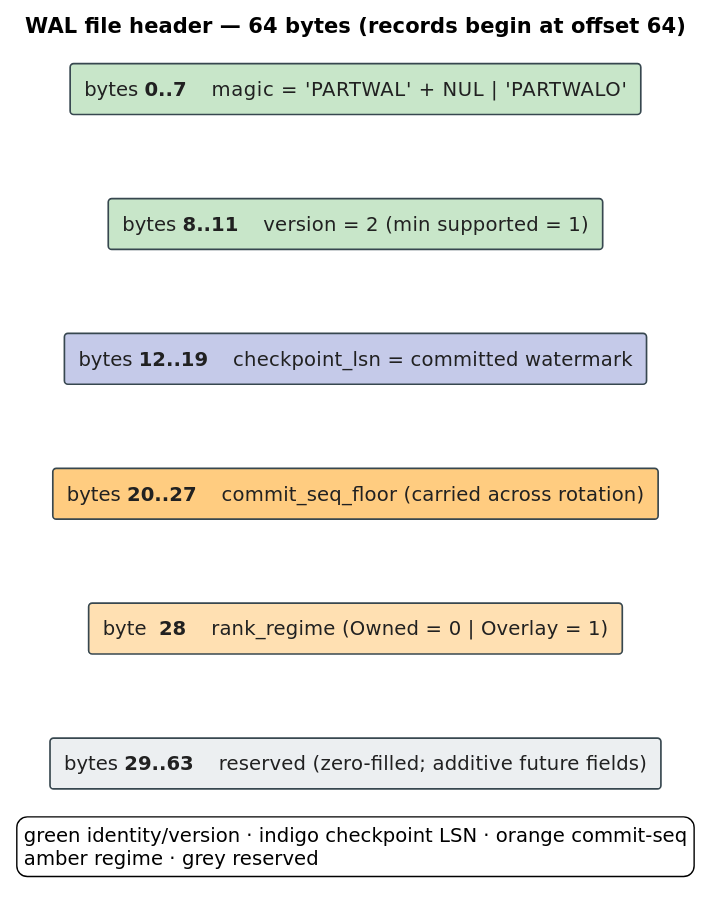
Before: docs/diagrams/wal-header.svg, a diagram exported from PlantUML (vinary-tree/libdictenstein). Its source is kept beside it as docs/diagrams/src/wal-header.puml.
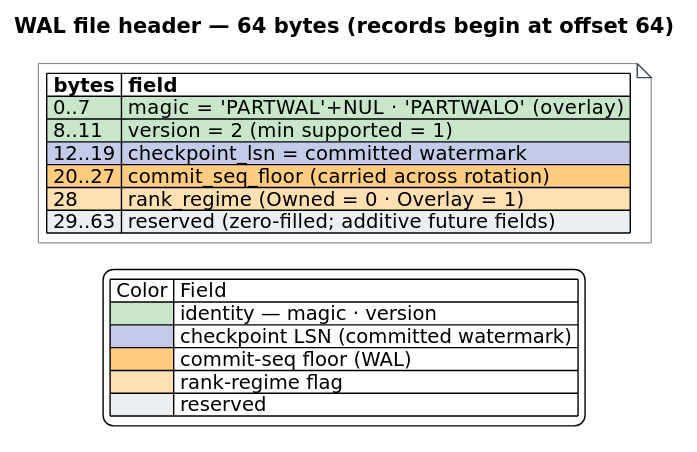
Later version of the same file.

Change to the diagram source:
```diff
@@ -3,30 +3,31 @@
 skinparam shadowing false
 skinparam backgroundColor #FFFFFF
 skinparam defaultFontName "DejaVu Sans"
-skinparam rectangle {
+skinparam TitleFontSize 15
+skinparam noteFontSize 14
+skinparam note {
+  BackgroundColor #FFFFFF
   BorderColor #37474F
-  FontColor #212121
-  BorderThickness 1.2
 }
-skinparam TitleFontSize 15
 
 title WAL file header — 64 bytes (records begin at offset 64)
 
-rectangle "bytes **0..7**    magic = 'PARTWAL' + NUL  |  'PARTWALO'" as R0 #C8E6C9
-rectangle "bytes **8..11**    version = 2  (min supported = 1)" as R1 #C8E6C9
-rectangle "bytes **12..19**    checkpoint_lsn  = committed watermark" as R2 #C5CAE9
-rectangle "bytes **20..27**    commit_seq_floor  (carried across rotation)" as R3 #FFCC80
-rectangle "byte  **28**    rank_regime  (Owned = 0 | Overlay = 1)" as R4 #FFE0B2
-rectangle "bytes **29..63**    reserved  (zero-filled; additive future fields)" as R5 #ECEFF1
-
-R0 -[hidden]down- R1
-R1 -[hidden]down- R2
-R2 -[hidden]down- R3
-R3 -[hidden]down- R4
-R4 -[hidden]down- R5
+note as WH
+|= bytes |= field |
+|<#C8E6C9> 0..7 |<#C8E6C9> magic = 'PARTWAL'+NUL  ·  'PARTWALO' (overlay) |
+|<#C8E6C9> 8..11 |<#C8E6C9> version = 2  (min supported = 1) |
+|<#C5CAE9> 12..19 |<#C5CAE9> checkpoint_lsn  = committed watermark |
+|<#FFCC80> 20..27 |<#FFCC80> commit_seq_floor  (carried across rotation) |
+|<#FFE0B2> 28 |<#FFE0B2> rank_regime  (Owned = 0 · Overlay = 1) |
+|<#ECEFF1> 29..63 |<#ECEFF1> reserved  (zero-filled; additive future fields) |
+end note
 
 legend bottom
-  green identity/version · indigo checkpoint LSN · orange commit-seq
-  amber regime · grey reserved
+| Color | Field |
+|<#C8E6C9>| identity — magic · version |
+|<#C5CAE9>| checkpoint LSN (committed watermark) |
+|<#FFCC80>| commit-seq floor (WAL) |
+|<#FFE0B2>| rank-regime flag |
+|<#ECEFF1>| reserved |
 endlegend
 @enduml
```
